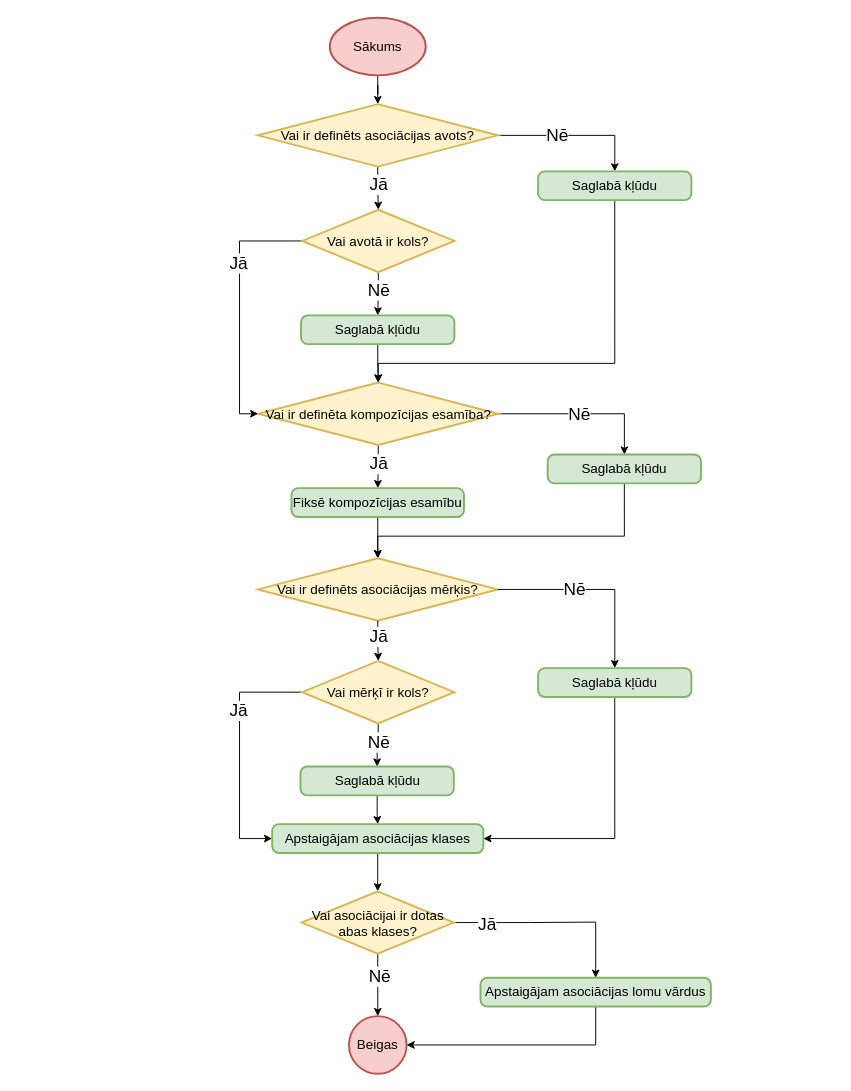
artiks12/webAppOS keeps this draw.io diagram as page "Kompilēt asociācijas definīciju" (2 of 5) of src/Qualification project/Documentation/Diagrammas/Kompilators/Asociācijas.drawio. Above is the earlier version. Source tidied: cells renumbered, new cells numbered last; positions are measured from the earlier drawing's top-left corner, leaving out a move shared by most shapes. Both pictures are drawn from the tidied source at 96%, with x=0, y=0 at pixel (239, 17).
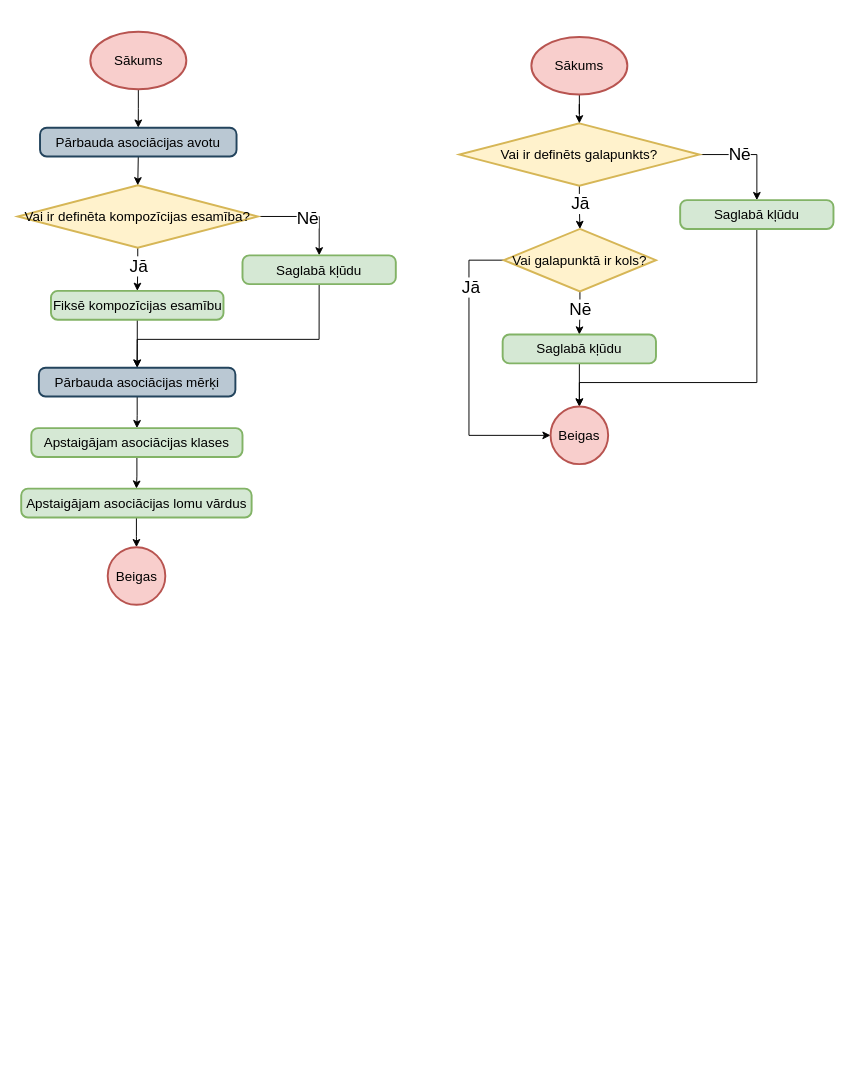
Above is the later version.

Change to the diagram source:
```diff
@@
-    <mxCell id="2" style="edgeStyle=orthogonalEdgeStyle;rounded=0;jettySize=auto;html=1;entryX=0.5;entryY=0;entryDx=0;entryDy=0;entryPerimeter=0;" parent="1" edge="1" source="3" target="8">
+    <mxCell id="2" style="edgeStyle=orthogonalEdgeStyle;rounded=0;jettySize=auto;html=1;" parent="1" edge="1" source="3" target="51">
       <mxGeometry relative="1" as="geometry" />
     </mxCell>
     <mxCell id="3" value="Sākums" style="strokeWidth=2;html=1;shape=mxgraph.flowchart.start_1;whiteSpace=wrap;fontSize=14;fillColor=#f8cecc;strokeColor=#b85450;" parent="1" vertex="1">
-      <mxGeometry x="94" width="100" height="60" as="geometry" />
+      <mxGeometry x="-155.4" y="14.5" width="100" height="60" as="geometry" />
     </mxCell>
-    <mxCell id="4" style="edgeStyle=orthogonalEdgeStyle;rounded=0;jettySize=auto;html=1;fontSize=18;" parent="1" edge="1" source="8" target="30">
-      <mxGeometry relative="1" as="geometry" />
-    </mxCell>
-    <mxCell id="5" value="Jā" style="edgeLabel;html=1;align=center;verticalAlign=middle;fontSize=18;" parent="4" vertex="1">
-      <mxGeometry x="0.24" y="1" relative="1" as="geometry">
-        <mxPoint x="-1" y="-9" as="offset" />
-      </mxGeometry>
-    </mxCell>
-    <mxCell id="6" style="edgeStyle=orthogonalEdgeStyle;rounded=0;jettySize=auto;html=1;fontSize=18;" parent="1" edge="1" source="8" target="10">
-      <mxGeometry relative="1" as="geometry" />
-    </mxCell>
-    <mxCell id="7" value="Nē" style="edgeLabel;html=1;align=center;verticalAlign=middle;fontSize=18;" parent="6" vertex="1">
-      <mxGeometry x="-0.23" relative="1" as="geometry" />
-    </mxCell>
-    <mxCell id="8" value="Vai ir definēts asociācijas avots?" style="strokeWidth=2;html=1;shape=mxgraph.flowchart.decision;whiteSpace=wrap;fontSize=14;fillColor=#fff2cc;strokeColor=#d6b656;" parent="1" vertex="1">
-      <mxGeometry x="19" y="90" width="250" height="65" as="geometry" />
-    </mxCell>
-    <mxCell id="9" style="edgeStyle=orthogonalEdgeStyle;rounded=0;jettySize=auto;html=1;fontSize=18;exitX=0.5;exitY=1;exitDx=0;exitDy=0;entryX=0.5;entryY=0;entryDx=0;entryDy=0;entryPerimeter=0;" parent="1" edge="1" source="10" target="14">
-      <mxGeometry relative="1" as="geometry">
-        <Array as="points">
-          <mxPoint x="391" y="360" />
-          <mxPoint x="145" y="360" />
-        </Array>
-      </mxGeometry>
-    </mxCell>
-    <mxCell id="10" value="Saglabā kļūdu" style="rounded=1;whiteSpace=wrap;html=1;absoluteArcSize=1;arcSize=14;strokeWidth=2;fontSize=14;fillColor=#d5e8d4;strokeColor=#82b366;" parent="1" vertex="1">
-      <mxGeometry x="311" y="160" width="159.7" height="30" as="geometry" />
-    </mxCell>
@@
     <mxCell id="12" style="edgeStyle=orthogonalEdgeStyle;rounded=0;jettySize=auto;html=1;fontSize=18;" parent="1" edge="1" source="14" target="19">
-      <mxGeometry relative="1" as="geometry" />
+      <mxGeometry relative="1" as="geometry">
+        <Array as="points">
+          <mxPoint x="83" y="207" />
+        </Array>
+      </mxGeometry>
     </mxCell>
@@
     <mxCell id="14" value="Vai ir definēta kompozīcijas esamība?" style="strokeWidth=2;html=1;shape=mxgraph.flowchart.decision;whiteSpace=wrap;fontSize=14;fillColor=#fff2cc;strokeColor=#d6b656;" parent="1" vertex="1">
-      <mxGeometry x="19.5" y="380" width="250" height="65" as="geometry" />
+      <mxGeometry x="-231" y="174.5" width="250" height="65" as="geometry" />
     </mxCell>
-    <mxCell id="15" style="edgeStyle=orthogonalEdgeStyle;rounded=0;jettySize=auto;html=1;entryX=0.5;entryY=0;entryDx=0;entryDy=0;entryPerimeter=0;fontSize=18;" parent="1" edge="1" source="16" target="20">
-      <mxGeometry relative="1" as="geometry">
-        <Array as="points">
-          <mxPoint x="144" y="550" />
-          <mxPoint x="144" y="550" />
-        </Array>
-      </mxGeometry>
+    <mxCell id="15" style="edgeStyle=orthogonalEdgeStyle;rounded=0;jettySize=auto;html=1;entryX=0.5;entryY=0;entryDx=0;entryDy=0;fontSize=18;" parent="1" edge="1" source="16" target="53">
+      <mxGeometry relative="1" as="geometry" />
     </mxCell>
     <mxCell id="16" value="Fiksē kompozīcijas esamību" style="rounded=1;whiteSpace=wrap;html=1;absoluteArcSize=1;arcSize=14;strokeWidth=2;fontSize=14;fillColor=#d5e8d4;strokeColor=#82b366;" parent="1" vertex="1">
-      <mxGeometry x="54.1" y="490" width="179.7" height="30" as="geometry" />
+      <mxGeometry x="-196.4" y="284.5" width="179.7" height="30" as="geometry" />
     </mxCell>
     <mxCell id="17" value="Jā" style="edgeLabel;html=1;align=center;verticalAlign=middle;fontSize=18;" parent="1" vertex="1">
-      <mxGeometry x="144.5" y="464" as="geometry" />
+      <mxGeometry x="-106" y="258.5" as="geometry" />
     </mxCell>
-    <mxCell id="18" style="edgeStyle=orthogonalEdgeStyle;rounded=0;jettySize=auto;html=1;fontSize=18;entryX=0.5;entryY=0;entryDx=0;entryDy=0;entryPerimeter=0;exitX=0.5;exitY=1;exitDx=0;exitDy=0;" parent="1" edge="1" source="19" target="20">
+    <mxCell id="18" style="edgeStyle=orthogonalEdgeStyle;rounded=0;jettySize=auto;html=1;fontSize=18;entryX=0.5;entryY=0;entryDx=0;entryDy=0;exitX=0.5;exitY=1;exitDx=0;exitDy=0;" parent="1" edge="1" source="19" target="53">
       <mxGeometry relative="1" as="geometry">
         <Array as="points">
-          <mxPoint x="401" y="540" />
-          <mxPoint x="144" y="540" />
+          <mxPoint x="83" y="335" />
+          <mxPoint x="-107" y="335" />
         </Array>
       </mxGeometry>
     </mxCell>
     <mxCell id="19" value="Saglabā kļūdu" style="rounded=1;whiteSpace=wrap;html=1;absoluteArcSize=1;arcSize=14;strokeWidth=2;fontSize=14;fillColor=#d5e8d4;strokeColor=#82b366;" parent="1" vertex="1">
-      <mxGeometry x="321" y="455" width="159.7" height="30" as="geometry" />
+      <mxGeometry x="3.1" y="247.5" width="159.7" height="30" as="geometry" />
     </mxCell>
-    <mxCell id="20" value="Vai ir definēts asociācijas mērķis?" style="strokeWidth=2;html=1;shape=mxgraph.flowchart.decision;whiteSpace=wrap;fontSize=14;fillColor=#fff2cc;strokeColor=#d6b656;" parent="1" vertex="1">
-      <mxGeometry x="19" y="563" width="250" height="65" as="geometry" />
-    </mxCell>
-    <mxCell id="21" style="edgeStyle=orthogonalEdgeStyle;rounded=0;jettySize=auto;html=1;fontSize=18;entryX=0.5;entryY=0;entryDx=0;entryDy=0;exitX=0.5;exitY=1;exitDx=0;exitDy=0;exitPerimeter=0;entryPerimeter=0;" parent="1" edge="1" source="20" target="37">
-      <mxGeometry relative="1" as="geometry" />
-    </mxCell>
-    <mxCell id="22" value="Jā" style="edgeLabel;html=1;align=center;verticalAlign=middle;fontSize=18;" parent="21" vertex="1">
-      <mxGeometry x="0.24" y="1" relative="1" as="geometry">
-        <mxPoint x="-1" y="-9" as="offset" />
-      </mxGeometry>
-    </mxCell>
-    <mxCell id="23" style="edgeStyle=orthogonalEdgeStyle;rounded=0;jettySize=auto;html=1;fontSize=18;exitX=1;exitY=0.5;exitDx=0;exitDy=0;exitPerimeter=0;" parent="1" edge="1" source="20" target="26">
-      <mxGeometry relative="1" as="geometry" />
-    </mxCell>
-    <mxCell id="24" value="Nē" style="edgeLabel;html=1;align=center;verticalAlign=middle;fontSize=18;" parent="23" vertex="1">
-      <mxGeometry x="-0.23" relative="1" as="geometry" />
-    </mxCell>
-    <mxCell id="25" style="edgeStyle=orthogonalEdgeStyle;rounded=0;jettySize=auto;html=1;entryX=1;entryY=0.5;entryDx=0;entryDy=0;fontSize=18;exitX=0.5;exitY=1;exitDx=0;exitDy=0;" parent="1" edge="1" source="26" target="42">
-      <mxGeometry relative="1" as="geometry">
-        <Array as="points">
-          <mxPoint x="391" y="855" />
-        </Array>
-      </mxGeometry>
-    </mxCell>
-    <mxCell id="26" value="Saglabā kļūdu" style="rounded=1;whiteSpace=wrap;html=1;absoluteArcSize=1;arcSize=14;strokeWidth=2;fontSize=14;fillColor=#d5e8d4;strokeColor=#82b366;" parent="1" vertex="1">
-      <mxGeometry x="311" y="677.5" width="159.7" height="30" as="geometry" />
-    </mxCell>
-    <mxCell id="27" style="edgeStyle=orthogonalEdgeStyle;rounded=0;jettySize=auto;html=1;entryX=0.5;entryY=0;entryDx=0;entryDy=0;" parent="1" edge="1" source="30" target="32">
-      <mxGeometry relative="1" as="geometry" />
-    </mxCell>
-    <mxCell id="28" style="edgeStyle=orthogonalEdgeStyle;rounded=0;jettySize=auto;html=1;entryX=0;entryY=0.5;entryDx=0;entryDy=0;entryPerimeter=0;exitX=0;exitY=0.5;exitDx=0;exitDy=0;exitPerimeter=0;" parent="1" edge="1" source="30" target="14">
-      <mxGeometry relative="1" as="geometry">
-        <Array as="points">
-          <mxPoint y="233" />
-          <mxPoint y="413" />
-        </Array>
-      </mxGeometry>
-    </mxCell>
-    <mxCell id="29" value="&lt;font style=&quot;font-size: 18px&quot;&gt;Jā&lt;/font&gt;" style="edgeLabel;html=1;align=center;verticalAlign=middle;" parent="28" vertex="1">
-      <mxGeometry x="-0.42" y="-2" relative="1" as="geometry">
-        <mxPoint y="11" as="offset" />
-      </mxGeometry>
-    </mxCell>
-    <mxCell id="30" value="Vai avotā ir kols?" style="strokeWidth=2;html=1;shape=mxgraph.flowchart.decision;whiteSpace=wrap;fontSize=14;fillColor=#fff2cc;strokeColor=#d6b656;" parent="1" vertex="1">
-      <mxGeometry x="65.3" y="200" width="158.5" height="65" as="geometry" />
-    </mxCell>
-    <mxCell id="31" style="edgeStyle=orthogonalEdgeStyle;rounded=0;jettySize=auto;html=1;entryX=0.5;entryY=0;entryDx=0;entryDy=0;entryPerimeter=0;" parent="1" edge="1" source="32" target="14">
+    <mxCell id="31" style="edgeStyle=orthogonalEdgeStyle;rounded=0;jettySize=auto;html=1;entryX=0.5;entryY=0;entryDx=0;entryDy=0;entryPerimeter=0;exitX=0.5;exitY=1;exitDx=0;exitDy=0;" parent="1" edge="1" source="51" target="14">
       <mxGeometry relative="1" as="geometry" />
     </mxCell>
-    <mxCell id="32" value="Saglabā kļūdu" style="rounded=1;whiteSpace=wrap;html=1;absoluteArcSize=1;arcSize=14;strokeWidth=2;fontSize=14;fillColor=#d5e8d4;strokeColor=#82b366;" parent="1" vertex="1">
-      <mxGeometry x="64.1" y="310" width="159.7" height="30" as="geometry" />
-    </mxCell>
-    <mxCell id="33" value="Nē" style="edgeLabel;html=1;align=center;verticalAlign=middle;fontSize=18;" parent="1" vertex="1">
-      <mxGeometry x="144" y="283" as="geometry" />
-    </mxCell>
-    <mxCell id="34" style="edgeStyle=orthogonalEdgeStyle;rounded=0;jettySize=auto;html=1;entryX=0.5;entryY=0;entryDx=0;entryDy=0;" parent="1" edge="1" source="37" target="39">
-      <mxGeometry relative="1" as="geometry" />
-    </mxCell>
-    <mxCell id="35" style="edgeStyle=orthogonalEdgeStyle;rounded=0;jettySize=auto;html=1;entryX=0;entryY=0.5;entryDx=0;entryDy=0;" parent="1" edge="1" source="37" target="42">
-      <mxGeometry relative="1" as="geometry">
-        <Array as="points">
-          <mxPoint y="703" />
-          <mxPoint y="855" />
-        </Array>
-      </mxGeometry>
-    </mxCell>
-    <mxCell id="36" value="&lt;font style=&quot;font-size: 18px&quot;&gt;Jā&lt;/font&gt;" style="edgeLabel;html=1;align=center;verticalAlign=middle;" parent="35" vertex="1">
-      <mxGeometry x="-0.42" y="-2" relative="1" as="geometry">
-        <mxPoint y="11" as="offset" />
-      </mxGeometry>
-    </mxCell>
-    <mxCell id="37" value="Vai mērķī ir kols?" style="strokeWidth=2;html=1;shape=mxgraph.flowchart.decision;whiteSpace=wrap;fontSize=14;fillColor=#fff2cc;strokeColor=#d6b656;" parent="1" vertex="1">
-      <mxGeometry x="65.2" y="670" width="158.5" height="65" as="geometry" />
-    </mxCell>
-    <mxCell id="38" style="edgeStyle=orthogonalEdgeStyle;rounded=0;jettySize=auto;html=1;entryX=0.5;entryY=0;entryDx=0;entryDy=0;" parent="1" edge="1" source="39" target="42">
-      <mxGeometry relative="1" as="geometry" />
-    </mxCell>
-    <mxCell id="39" value="Saglabā kļūdu" style="rounded=1;whiteSpace=wrap;html=1;absoluteArcSize=1;arcSize=14;strokeWidth=2;fontSize=14;fillColor=#d5e8d4;strokeColor=#82b366;" parent="1" vertex="1">
-      <mxGeometry x="63.5" y="780" width="159.7" height="30" as="geometry" />
-    </mxCell>
-    <mxCell id="40" value="Nē" style="edgeLabel;html=1;align=center;verticalAlign=middle;fontSize=18;" parent="1" vertex="1">
-      <mxGeometry x="144" y="754" as="geometry" />
-    </mxCell>
-    <mxCell id="41" style="edgeStyle=orthogonalEdgeStyle;rounded=0;jettySize=auto;html=1;entryX=0.5;entryY=0;entryDx=0;entryDy=0;entryPerimeter=0;" parent="1" edge="1" source="42" target="48">
-      <mxGeometry relative="1" as="geometry" />
-    </mxCell>
+    <mxCell id="51" value="Pārbauda asociācijas avotu" style="rounded=1;whiteSpace=wrap;html=1;absoluteArcSize=1;arcSize=14;strokeWidth=2;fontSize=14;fillColor=#bac8d3;strokeColor=#23445d;" parent="1" vertex="1">
+      <mxGeometry x="-207.8" y="114.5" width="204.7" height="30" as="geometry" />
+    </mxCell>
+    <mxCell id="52" style="edgeStyle=orthogonalEdgeStyle;rounded=0;jettySize=auto;html=1;entryX=0.5;entryY=0;entryDx=0;entryDy=0;fontSize=18;" parent="1" edge="1" source="53" target="42">
+      <mxGeometry relative="1" as="geometry" />
+    </mxCell>
+    <mxCell id="53" value="Pārbauda asociācijas mērķi" style="rounded=1;whiteSpace=wrap;html=1;absoluteArcSize=1;arcSize=14;strokeWidth=2;fontSize=14;fillColor=#bac8d3;strokeColor=#23445d;" parent="1" vertex="1">
+      <mxGeometry x="-209" y="364.5" width="204.7" height="30" as="geometry" />
+    </mxCell>
+    <mxCell id="54" style="edgeStyle=orthogonalEdgeStyle;rounded=0;jettySize=auto;html=1;entryX=0.5;entryY=0;entryDx=0;entryDy=0;" parent="1" edge="1" source="42" target="50">
+      <mxGeometry relative="1" as="geometry" />
+    </mxCell>
     <mxCell id="42" value="Apstaigājam asociācijas klases" style="rounded=1;whiteSpace=wrap;html=1;absoluteArcSize=1;arcSize=14;strokeWidth=2;fontSize=14;fillColor=#d5e8d4;strokeColor=#82b366;" parent="1" vertex="1">
-      <mxGeometry x="34" y="840" width="220" height="30" as="geometry" />
+      <mxGeometry x="-216.9" y="427.5" width="220" height="30" as="geometry" />
     </mxCell>
-    <mxCell id="43" value="Beigas" style="strokeWidth=2;html=1;shape=mxgraph.flowchart.start_2;whiteSpace=wrap;fontSize=14;fillColor=#f8cecc;strokeColor=#b85450;" parent="1" vertex="1">
-      <mxGeometry x="114" y="1040" width="60" height="60" as="geometry" />
-    </mxCell>
-    <mxCell id="44" style="edgeStyle=orthogonalEdgeStyle;rounded=0;jettySize=auto;html=1;entryX=0.5;entryY=0;entryDx=0;entryDy=0;entryPerimeter=0;" parent="1" edge="1" source="48" target="43">
-      <mxGeometry relative="1" as="geometry" />
-    </mxCell>
-    <mxCell id="45" value="&lt;font style=&quot;font-size: 18px&quot;&gt;Nē&lt;/font&gt;" style="edgeLabel;html=1;align=center;verticalAlign=middle;" parent="44" vertex="1">
-      <mxGeometry x="-0.3" y="1" relative="1" as="geometry" />
-    </mxCell>
-    <mxCell id="46" style="edgeStyle=orthogonalEdgeStyle;rounded=0;jettySize=auto;html=1;entryX=0.5;entryY=0;entryDx=0;entryDy=0;fontSize=18;" parent="1" edge="1" source="48" target="50">
-      <mxGeometry relative="1" as="geometry">
-        <Array as="points">
-          <mxPoint x="301" y="942" />
-          <mxPoint x="351" y="942" />
-        </Array>
-      </mxGeometry>
-    </mxCell>
-    <mxCell id="47" value="Jā" style="edgeLabel;html=1;align=center;verticalAlign=middle;fontSize=18;" parent="46" vertex="1">
-      <mxGeometry x="-0.67" y="-2" relative="1" as="geometry" />
-    </mxCell>
-    <mxCell id="48" value="Vai asociācijai ir dotas abas klases?" style="strokeWidth=2;html=1;shape=mxgraph.flowchart.decision;whiteSpace=wrap;fontSize=14;fillColor=#fff2cc;strokeColor=#d6b656;" parent="1" vertex="1">
-      <mxGeometry x="64.7" y="910" width="158.5" height="65" as="geometry" />
-    </mxCell>
-    <mxCell id="49" style="edgeStyle=orthogonalEdgeStyle;rounded=0;jettySize=auto;html=1;entryX=1;entryY=0.5;entryDx=0;entryDy=0;entryPerimeter=0;fontSize=18;exitX=0.5;exitY=1;exitDx=0;exitDy=0;" parent="1" edge="1" source="50" target="43">
-      <mxGeometry relative="1" as="geometry" />
-    </mxCell>
+    <mxCell id="55" style="edgeStyle=orthogonalEdgeStyle;rounded=0;jettySize=auto;html=1;fontSize=18;entryX=0.5;entryY=0;entryDx=0;entryDy=0;entryPerimeter=0;" parent="1" edge="1" source="50" target="56">
+      <mxGeometry relative="1" as="geometry" />
+    </mxCell>
     <mxCell id="50" value="Apstaigājam asociācijas lomu vārdus" style="rounded=1;whiteSpace=wrap;html=1;absoluteArcSize=1;arcSize=14;strokeWidth=2;fontSize=14;fillColor=#d5e8d4;strokeColor=#82b366;" parent="1" vertex="1">
-      <mxGeometry x="251" y="1000" width="240" height="30" as="geometry" />
+      <mxGeometry x="-227.4" y="490.5" width="240" height="30" as="geometry" />
     </mxCell>
+    <mxCell id="56" value="Beigas" style="strokeWidth=2;html=1;shape=mxgraph.flowchart.start_2;whiteSpace=wrap;fontSize=14;fillColor=#f8cecc;strokeColor=#b85450;" parent="1" vertex="1">
+      <mxGeometry x="-137.3" y="551.5" width="60" height="60" as="geometry" />
+    </mxCell>
+    <mxCell id="57" style="edgeStyle=orthogonalEdgeStyle;rounded=0;jettySize=auto;html=1;fontSize=18;" parent="1" edge="1" source="61" target="67">
+      <mxGeometry relative="1" as="geometry" />
+    </mxCell>
+    <mxCell id="58" value="Jā" style="edgeLabel;html=1;align=center;verticalAlign=middle;fontSize=18;" parent="57" vertex="1">
+      <mxGeometry x="0.24" y="1" relative="1" as="geometry">
+        <mxPoint x="-1" y="-9" as="offset" />
+      </mxGeometry>
+    </mxCell>
+    <mxCell id="59" style="edgeStyle=orthogonalEdgeStyle;rounded=0;jettySize=auto;html=1;fontSize=18;exitX=1;exitY=0.5;exitDx=0;exitDy=0;exitPerimeter=0;" parent="1" edge="1" source="61" target="63">
+      <mxGeometry relative="1" as="geometry" />
+    </mxCell>
+    <mxCell id="60" value="Nē" style="edgeLabel;html=1;align=center;verticalAlign=middle;fontSize=18;" parent="59" vertex="1">
+      <mxGeometry x="-0.23" relative="1" as="geometry" />
+    </mxCell>
+    <mxCell id="61" value="Vai ir definēts galapunkts?" style="strokeWidth=2;html=1;shape=mxgraph.flowchart.decision;whiteSpace=wrap;fontSize=14;fillColor=#fff2cc;strokeColor=#d6b656;" parent="1" vertex="1">
+      <mxGeometry x="229" y="110" width="250" height="65" as="geometry" />
+    </mxCell>
+    <mxCell id="62" style="edgeStyle=orthogonalEdgeStyle;rounded=0;jettySize=auto;html=1;fontSize=18;exitX=0.5;exitY=1;exitDx=0;exitDy=0;entryX=0.5;entryY=0;entryDx=0;entryDy=0;entryPerimeter=0;" parent="1" edge="1" source="63" target="73">
+      <mxGeometry relative="1" as="geometry">
+        <Array as="points">
+          <mxPoint x="539" y="380" />
+          <mxPoint x="354" y="380" />
+        </Array>
+      </mxGeometry>
+    </mxCell>
+    <mxCell id="63" value="Saglabā kļūdu" style="rounded=1;whiteSpace=wrap;html=1;absoluteArcSize=1;arcSize=14;strokeWidth=2;fontSize=14;fillColor=#d5e8d4;strokeColor=#82b366;" parent="1" vertex="1">
+      <mxGeometry x="459" y="190" width="159.7" height="30" as="geometry" />
+    </mxCell>
+    <mxCell id="64" style="edgeStyle=orthogonalEdgeStyle;rounded=0;jettySize=auto;html=1;entryX=0.5;entryY=0;entryDx=0;entryDy=0;" parent="1" edge="1" source="67" target="69">
+      <mxGeometry relative="1" as="geometry" />
+    </mxCell>
+    <mxCell id="65" style="edgeStyle=orthogonalEdgeStyle;rounded=0;jettySize=auto;html=1;entryX=0;entryY=0.5;entryDx=0;entryDy=0;entryPerimeter=0;fontSize=18;" parent="1" edge="1" source="67" target="73">
+      <mxGeometry relative="1" as="geometry">
+        <Array as="points">
+          <mxPoint x="239" y="253" />
+          <mxPoint x="239" y="435" />
+        </Array>
+      </mxGeometry>
+    </mxCell>
+    <mxCell id="66" value="Jā" style="edgeLabel;html=1;align=center;verticalAlign=middle;fontSize=18;" parent="65" vertex="1">
+      <mxGeometry x="-0.58" y="1" relative="1" as="geometry" />
+    </mxCell>
+    <mxCell id="67" value="Vai galapunktā ir kols?" style="strokeWidth=2;html=1;shape=mxgraph.flowchart.decision;whiteSpace=wrap;fontSize=14;fillColor=#fff2cc;strokeColor=#d6b656;" parent="1" vertex="1">
+      <mxGeometry x="275.3" y="220" width="158.5" height="65" as="geometry" />
+    </mxCell>
+    <mxCell id="68" style="edgeStyle=orthogonalEdgeStyle;rounded=0;jettySize=auto;html=1;entryX=0.5;entryY=0;entryDx=0;entryDy=0;entryPerimeter=0;" parent="1" edge="1" source="69" target="73">
+      <mxGeometry relative="1" as="geometry" />
+    </mxCell>
+    <mxCell id="69" value="Saglabā kļūdu" style="rounded=1;whiteSpace=wrap;html=1;absoluteArcSize=1;arcSize=14;strokeWidth=2;fontSize=14;fillColor=#d5e8d4;strokeColor=#82b366;" parent="1" vertex="1">
+      <mxGeometry x="274.1" y="330" width="159.7" height="30" as="geometry" />
+    </mxCell>
+    <mxCell id="70" value="Nē" style="edgeLabel;html=1;align=center;verticalAlign=middle;fontSize=18;" parent="1" vertex="1">
+      <mxGeometry x="354" y="303" as="geometry" />
+    </mxCell>
+    <mxCell id="71" style="edgeStyle=orthogonalEdgeStyle;rounded=0;jettySize=auto;html=1;entryX=0.5;entryY=0;entryDx=0;entryDy=0;entryPerimeter=0;fontSize=18;" parent="1" edge="1" source="72" target="61">
+      <mxGeometry relative="1" as="geometry" />
+    </mxCell>
+    <mxCell id="72" value="Sākums" style="strokeWidth=2;html=1;shape=mxgraph.flowchart.start_1;whiteSpace=wrap;fontSize=14;fillColor=#f8cecc;strokeColor=#b85450;" parent="1" vertex="1">
+      <mxGeometry x="304" y="20" width="100" height="60" as="geometry" />
+    </mxCell>
+    <mxCell id="73" value="Beigas" style="strokeWidth=2;html=1;shape=mxgraph.flowchart.start_2;whiteSpace=wrap;fontSize=14;fillColor=#f8cecc;strokeColor=#b85450;" parent="1" vertex="1">
+      <mxGeometry x="324" y="405" width="60" height="60" as="geometry" />
+    </mxCell>
```
